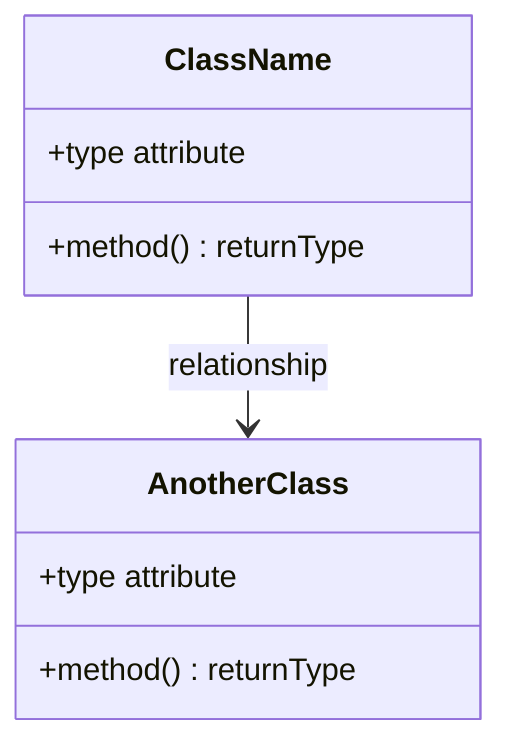
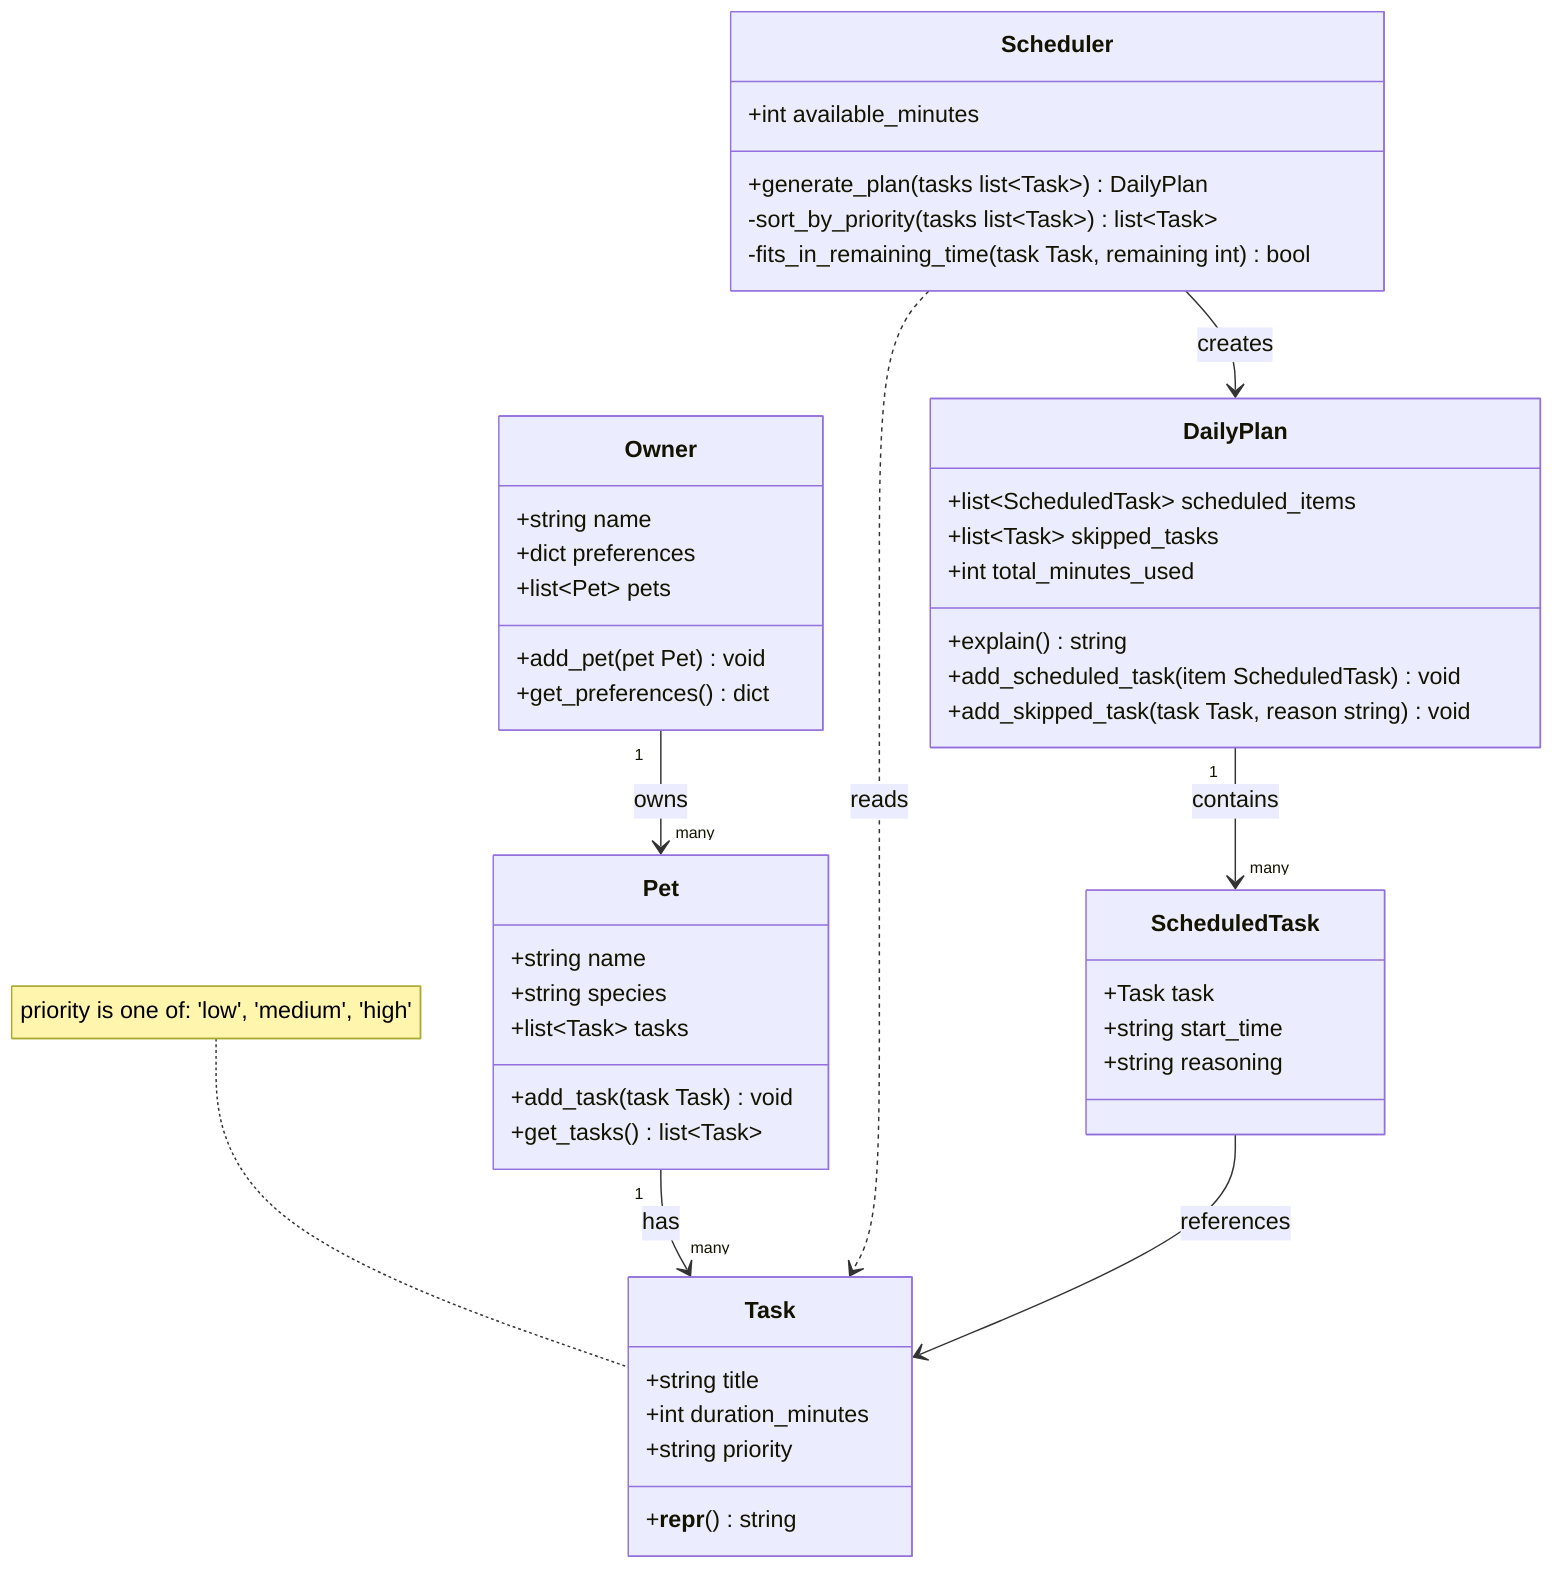
classDiagram
-     %% Replace the placeholders below with your actual classes, attributes, methods, and relationships.
-     %% Keep this file updated so it matches your final implementation.
+     %% PawPal+ UML — supports the three core user actions:
+     %% 1) Add a pet and owner profile
+     %% 2) Add a pet care task
+     %% 3) Generate and view today's plan

-     class ClassName {
-         +type attribute
-         +method() returnType
+     class Owner {
+         +string name
+         +dict preferences
+         +list~Pet~ pets
+         +add_pet(pet Pet) void
+         +get_preferences() dict
    }

-     class AnotherClass {
-         +type attribute
-         +method() returnType
+     class Pet {
+         +string name
+         +string species
+         +list~Task~ tasks
+         +add_task(task Task) void
+         +get_tasks() list~Task~
    }

-     ClassName --> AnotherClass : relationship
+     class Task {
+         +string title
+         +int duration_minutes
+         +string priority
+         +__repr__() string
+     }
+     note for Task "priority is one of: 'low', 'medium', 'high'"
+ 
+     class Scheduler {
+         +int available_minutes
+         +generate_plan(tasks list~Task~) DailyPlan
+         -sort_by_priority(tasks list~Task~) list~Task~
+         -fits_in_remaining_time(task Task, remaining int) bool
+     }
+ 
+     class DailyPlan {
+         +list~ScheduledTask~ scheduled_items
+         +list~Task~ skipped_tasks
+         +int total_minutes_used
+         +explain() string
+         +add_scheduled_task(item ScheduledTask) void
+         +add_skipped_task(task Task, reason string) void
+     }
+ 
+     class ScheduledTask {
+         +Task task
+         +string start_time
+         +string reasoning
+     }
+ 
+     Owner "1" --> "many" Pet : owns
+     Pet "1" --> "many" Task : has
+     Scheduler ..> Task : reads
+     Scheduler --> DailyPlan : creates
+     DailyPlan "1" --> "many" ScheduledTask : contains
+     ScheduledTask --> Task : references
